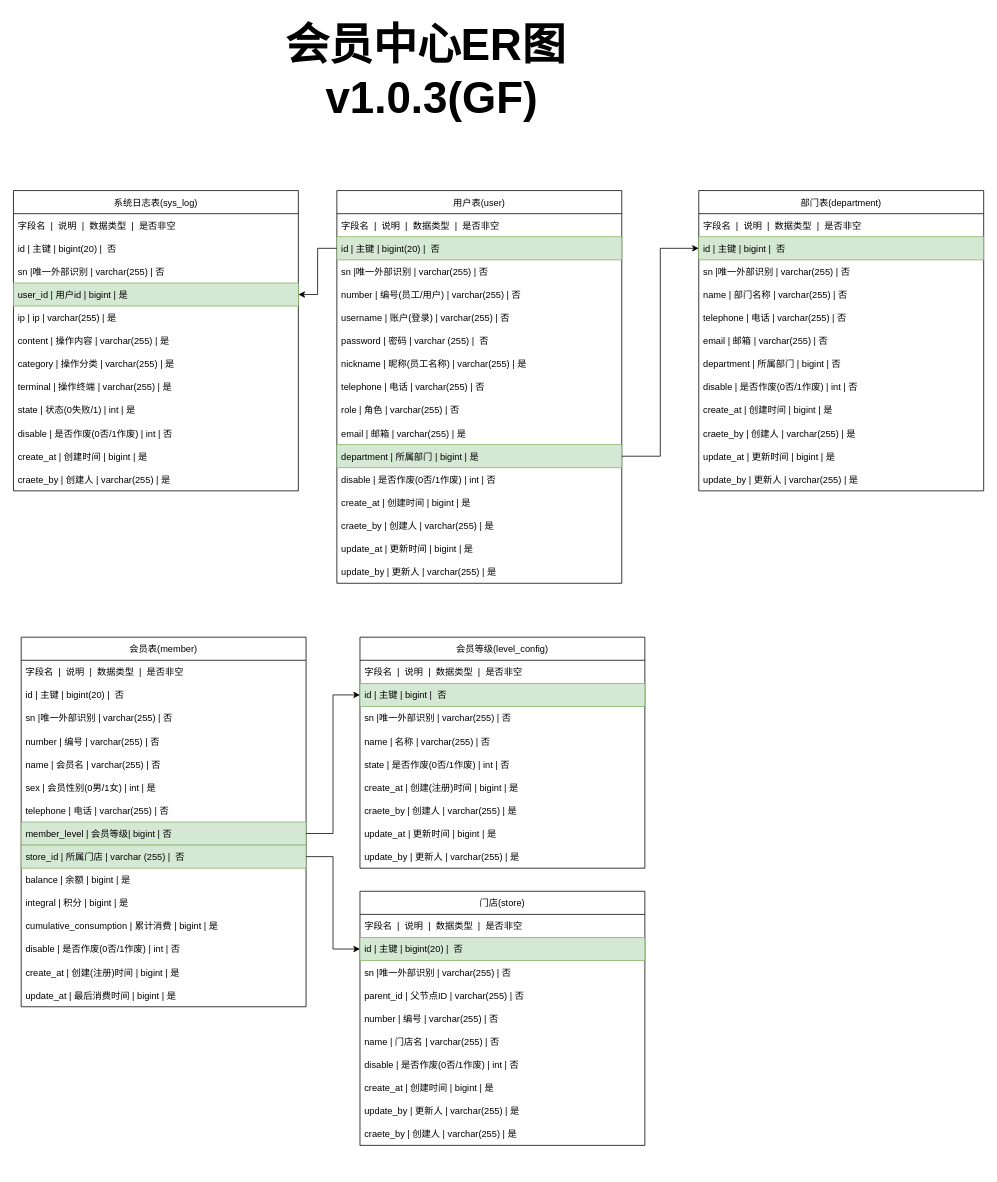
GF521123/file keeps this draw.io diagram as er/tf/会员中心.drawio. Above is the earlier version. Source tidied: cells renumbered, new cells numbered last; positions are measured from the earlier drawing's top-left corner, leaving out a move shared by most shapes. Both pictures are drawn from the tidied source at 77%, with x=0, y=0 at pixel (13, 13).
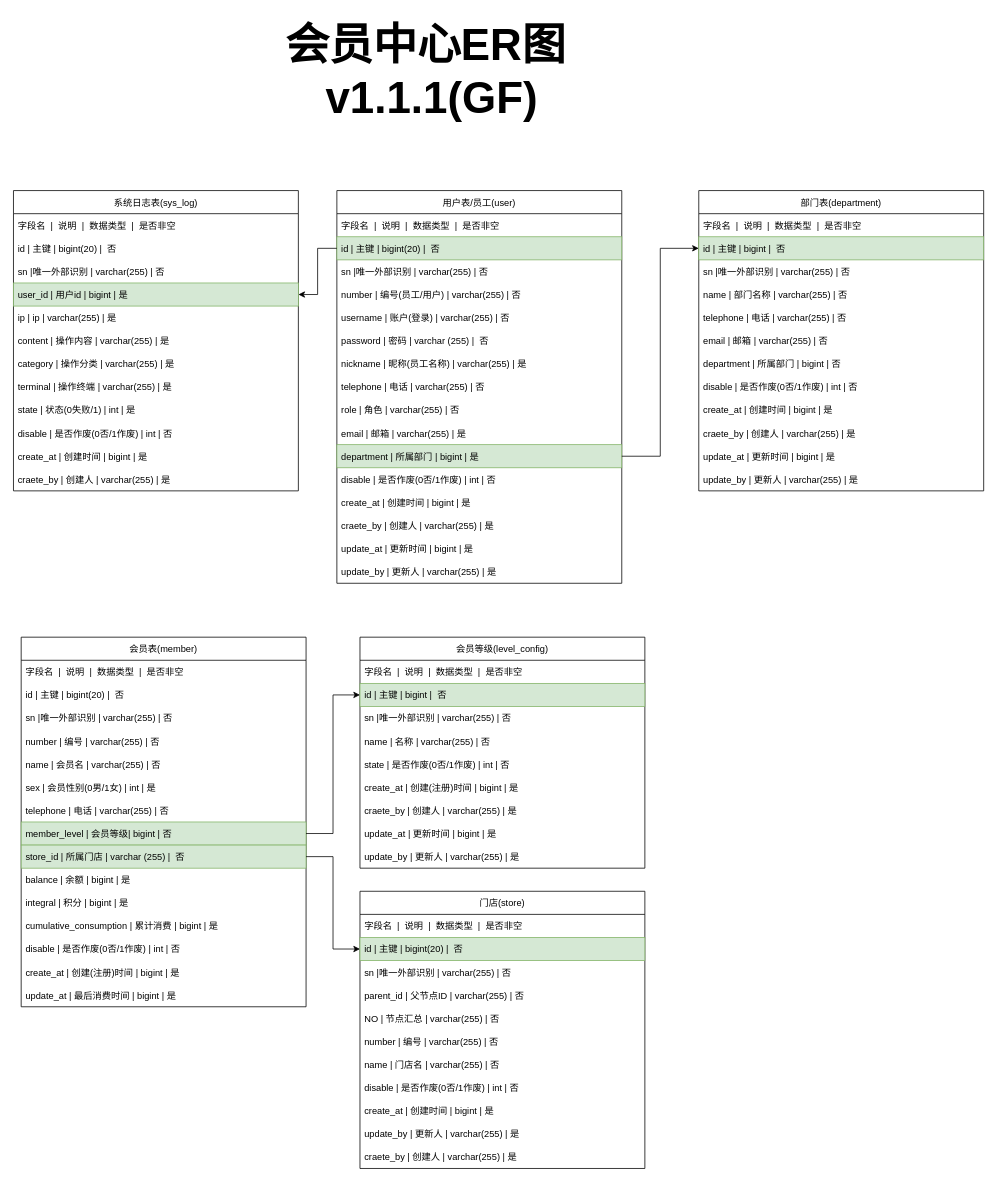
After the change.

Commit message:
更新会员中心.drawio

What changed in the source:
```diff
@@
-    <mxCell id="2" value="&lt;font size=&quot;1&quot; color=&quot;#000000&quot;&gt;&lt;b style=&quot;font-size: 57px;&quot;&gt;会员中心ER图&lt;/b&gt;&lt;/font&gt;&lt;font size=&quot;1&quot; color=&quot;#000000&quot;&gt;&lt;b style=&quot;font-size: 57px;&quot;&gt;&lt;br&gt;&amp;nbsp;v1.0.3(&lt;/b&gt;&lt;/font&gt;&lt;b style=&quot;color: rgb(0, 0, 0); font-size: 57px;&quot;&gt;GF&lt;/b&gt;&lt;font size=&quot;1&quot; color=&quot;#000000&quot;&gt;&lt;b style=&quot;font-size: 57px;&quot;&gt;)&lt;/b&gt;&lt;/font&gt;" style="text;html=1;align=center;verticalAlign=middle;strokeColor=none;fillColor=none;fontSize=13;fontColor=#CCCCCC;" parent="1" vertex="1">
+    <mxCell id="2" value="&lt;font size=&quot;1&quot; color=&quot;#000000&quot;&gt;&lt;b style=&quot;font-size: 57px;&quot;&gt;会员中心ER图&lt;/b&gt;&lt;/font&gt;&lt;font size=&quot;1&quot; color=&quot;#000000&quot;&gt;&lt;b style=&quot;font-size: 57px;&quot;&gt;&lt;br&gt;&amp;nbsp;v1.1.1(&lt;/b&gt;&lt;/font&gt;&lt;b style=&quot;color: rgb(0, 0, 0); font-size: 57px;&quot;&gt;GF&lt;/b&gt;&lt;font size=&quot;1&quot; color=&quot;#000000&quot;&gt;&lt;b style=&quot;font-size: 57px;&quot;&gt;)&lt;/b&gt;&lt;/font&gt;" style="text;html=1;align=center;verticalAlign=middle;strokeColor=none;fillColor=none;fontSize=13;fontColor=#CCCCCC;" parent="1" vertex="1">
       <mxGeometry x="340" width="390" height="150" as="geometry" />
     </mxCell>
-    <mxCell id="3" value="用户表(user)" style="swimlane;fontStyle=0;horizontal=1;startSize=30;" parent="1" vertex="1">
+    <mxCell id="3" value="用户表/员工(user)" style="swimlane;fontStyle=0;horizontal=1;startSize=30;" parent="1" vertex="1">
       <mxGeometry x="420" y="230" width="370" height="510" as="geometry" />
     </mxCell>
@@
     <mxCell id="75" value="门店(store)" style="swimlane;fontStyle=0;horizontal=1;startSize=30;" parent="1" vertex="1">
-      <mxGeometry x="450" y="1140" width="370" height="330" as="geometry" />
+      <mxGeometry x="450" y="1140" width="370" height="360" as="geometry" />
     </mxCell>
@@
+    <mxCell id="87" value="NO | 节点汇总 | varchar(255) | 否  " style="text;strokeColor=none;fillColor=none;align=left;verticalAlign=middle;spacingLeft=4;spacingRight=4;overflow=hidden;" parent="75" vertex="1">
+      <mxGeometry y="150" width="370" height="30" as="geometry" />
+    </mxCell>
     <mxCell id="80" value="number | 编号 | varchar(255) | 否" style="text;strokeColor=none;fillColor=none;align=left;verticalAlign=middle;spacingLeft=4;spacingRight=4;overflow=hidden;" parent="75" vertex="1">
-      <mxGeometry y="150" width="370" height="30" as="geometry" />
+      <mxGeometry y="180" width="370" height="30" as="geometry" />
     </mxCell>
     <mxCell id="81" value="name | 门店名 | varchar(255) | 否  " style="text;strokeColor=none;fillColor=none;align=left;verticalAlign=middle;spacingLeft=4;spacingRight=4;overflow=hidden;" parent="75" vertex="1">
-      <mxGeometry y="180" width="370" height="30" as="geometry" />
+      <mxGeometry y="210" width="370" height="30" as="geometry" />
     </mxCell>
     <mxCell id="82" value="disable | 是否作废(0否/1作废) | int | 否" style="text;strokeColor=none;fillColor=none;align=left;verticalAlign=middle;spacingLeft=4;spacingRight=4;overflow=hidden;" parent="75" vertex="1">
-      <mxGeometry y="210" width="370" height="30" as="geometry" />
+      <mxGeometry y="240" width="370" height="30" as="geometry" />
     </mxCell>
     <mxCell id="83" value="create_at | 创建时间 | bigint | 是" style="text;strokeColor=none;fillColor=none;align=left;verticalAlign=middle;spacingLeft=4;spacingRight=4;overflow=hidden;" parent="75" vertex="1">
-      <mxGeometry y="240" width="370" height="30" as="geometry" />
+      <mxGeometry y="270" width="370" height="30" as="geometry" />
     </mxCell>
     <mxCell id="84" value="update_by | 更新人 | varchar(255) | 是" style="text;strokeColor=none;fillColor=none;align=left;verticalAlign=middle;spacingLeft=4;spacingRight=4;overflow=hidden;" parent="75" vertex="1">
-      <mxGeometry y="270" width="370" height="30" as="geometry" />
+      <mxGeometry y="300" width="370" height="30" as="geometry" />
     </mxCell>
     <mxCell id="85" value="craete_by | 创建人 | varchar(255) | 是" style="text;strokeColor=none;fillColor=none;align=left;verticalAlign=middle;spacingLeft=4;spacingRight=4;overflow=hidden;" parent="75" vertex="1">
-      <mxGeometry y="300" width="370" height="30" as="geometry" />
+      <mxGeometry y="330" width="370" height="30" as="geometry" />
     </mxCell>
```
